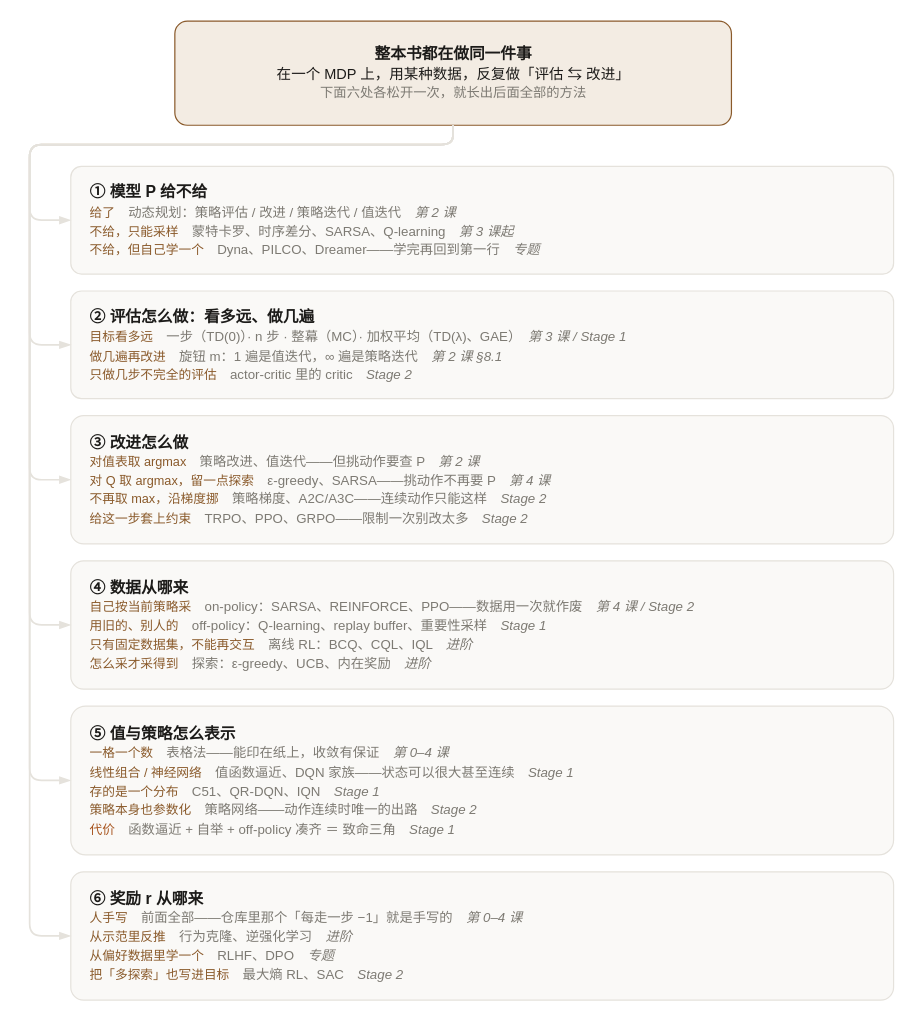
Before: docs/assets/gpi-skeleton.drawio in alfredzhang98/awesome_rl_handbook, a draw.io diagram. Source tidied: cells renumbered, new cells numbered last; positions are measured from the earlier drawing's top-left corner, leaving out a move shared by most shapes. Both pictures are drawn from the tidied source at 121%, with x=0, y=0 at pixel (29, 21).
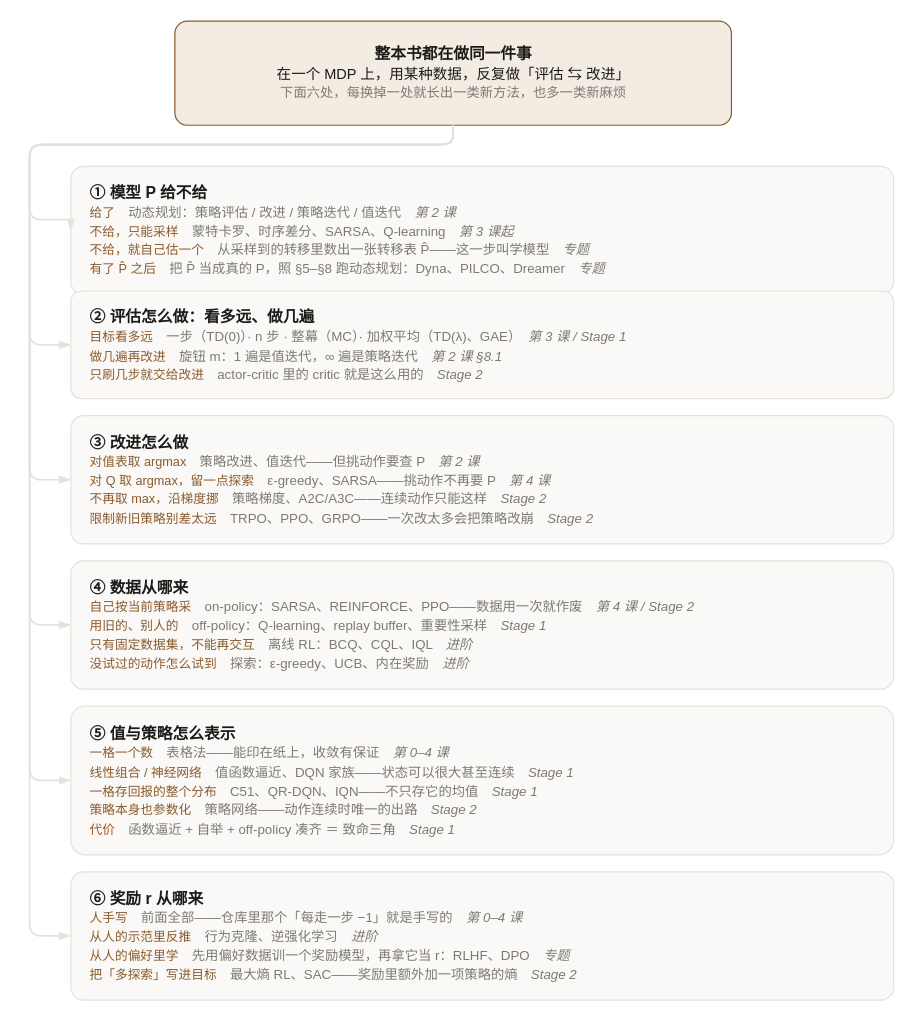
After the change.

Commit message (it also covers changes not shown here):
框架图去掉说不清的表述，专题那一支写完整

What changed in the source:
```diff
@@
-    <mxCell id="2" value="&lt;b&gt;整本书都在做同一件事&lt;/b&gt;&lt;br&gt;&lt;font style=&quot;font-size:12px&quot;&gt;在一个 MDP 上，用某种数据，反复做「评估 &amp;#8646; 改进」&lt;/font&gt;&lt;br&gt;&lt;font color=&quot;#7d7a73&quot; style=&quot;font-size:11px&quot;&gt;下面六处各松开一次，就长出后面全部的方法&lt;/font&gt;" style="rounded=1;arcSize=12;html=1;fillColor=#f3ece3;strokeColor=#8a5a2b;fontColor=#1c1b19;fontSize=13;verticalAlign=middle;" parent="1" vertex="1">
+    <mxCell id="2" value="&lt;b&gt;整本书都在做同一件事&lt;/b&gt;&lt;br&gt;&lt;font style=&quot;font-size:12px&quot;&gt;在一个 MDP 上，用某种数据，反复做「评估 &amp;#8646; 改进」&lt;/font&gt;&lt;br&gt;&lt;font color=&quot;#7d7a73&quot; style=&quot;font-size:11px&quot;&gt;下面六处，每换掉一处就长出一类新方法，也多一类新麻烦&lt;/font&gt;" style="rounded=1;arcSize=12;html=1;fillColor=#f3ece3;strokeColor=#8a5a2b;fontColor=#1c1b19;fontSize=13;verticalAlign=middle;" parent="1" vertex="1">
       <mxGeometry x="120" width="460" height="86" as="geometry" />
     </mxCell>
-    <mxCell id="3" value="&lt;b&gt;① 模型 P 给不给&lt;/b&gt;&lt;br&gt;&lt;font color=&quot;#8a5a2b&quot; style=&quot;font-size:10.5px&quot;&gt;给了&lt;/font&gt;&lt;font color=&quot;#7d7a73&quot; style=&quot;font-size:11px&quot;&gt;　动态规划：策略评估 / 改进 / 策略迭代 / 值迭代　&lt;i&gt;第 2 课&lt;/i&gt;&lt;/font&gt;&lt;br&gt;&lt;font color=&quot;#8a5a2b&quot; style=&quot;font-size:10.5px&quot;&gt;不给，只能采样&lt;/font&gt;&lt;font color=&quot;#7d7a73&quot; style=&quot;font-size:11px&quot;&gt;　蒙特卡罗、时序差分、SARSA、Q-learning　&lt;i&gt;第 3 课起&lt;/i&gt;&lt;/font&gt;&lt;br&gt;&lt;font color=&quot;#8a5a2b&quot; style=&quot;font-size:10.5px&quot;&gt;不给，但自己学一个&lt;/font&gt;&lt;font color=&quot;#7d7a73&quot; style=&quot;font-size:11px&quot;&gt;　Dyna、PILCO、Dreamer——学完再回到第一行　&lt;i&gt;专题&lt;/i&gt;&lt;/font&gt;" style="rounded=1;arcSize=10;html=1;fillColor=#faf9f7;strokeColor=#e5e2dc;fontColor=#1c1b19;fontSize=13;align=left;spacingLeft=14;verticalAlign=middle;" parent="1" vertex="1">
-      <mxGeometry x="34" y="120" width="680" height="89" as="geometry" />
+    <mxCell id="3" value="&lt;b&gt;① 模型 P 给不给&lt;/b&gt;&lt;br&gt;&lt;font color=&quot;#8a5a2b&quot; style=&quot;font-size:10.5px&quot;&gt;给了&lt;/font&gt;&lt;font color=&quot;#7d7a73&quot; style=&quot;font-size:11px&quot;&gt;　动态规划：策略评估 / 改进 / 策略迭代 / 值迭代　&lt;i&gt;第 2 课&lt;/i&gt;&lt;/font&gt;&lt;br&gt;&lt;font color=&quot;#8a5a2b&quot; style=&quot;font-size:10.5px&quot;&gt;不给，只能采样&lt;/font&gt;&lt;font color=&quot;#7d7a73&quot; style=&quot;font-size:11px&quot;&gt;　蒙特卡罗、时序差分、SARSA、Q-learning　&lt;i&gt;第 3 课起&lt;/i&gt;&lt;/font&gt;&lt;br&gt;&lt;font color=&quot;#8a5a2b&quot; style=&quot;font-size:10.5px&quot;&gt;不给，就自己估一个&lt;/font&gt;&lt;font color=&quot;#7d7a73&quot; style=&quot;font-size:11px&quot;&gt;　从采样到的转移里数出一张转移表 P̂——这一步叫学模型　&lt;i&gt;专题&lt;/i&gt;&lt;/font&gt;&lt;br&gt;&lt;font color=&quot;#8a5a2b&quot; style=&quot;font-size:10.5px&quot;&gt;有了 P̂ 之后&lt;/font&gt;&lt;font color=&quot;#7d7a73&quot; style=&quot;font-size:11px&quot;&gt;　把 P̂ 当成真的 P，照 §5–§8 跑动态规划：Dyna、PILCO、Dreamer　&lt;i&gt;专题&lt;/i&gt;&lt;/font&gt;" style="rounded=1;arcSize=10;html=1;fillColor=#faf9f7;strokeColor=#e5e2dc;fontColor=#1c1b19;fontSize=13;align=left;spacingLeft=14;verticalAlign=middle;" parent="1" vertex="1">
+      <mxGeometry x="34" y="120" width="680" height="106" as="geometry" />
     </mxCell>
-    <mxCell id="4" value="&lt;b&gt;② 评估怎么做：看多远、做几遍&lt;/b&gt;&lt;br&gt;&lt;font color=&quot;#8a5a2b&quot; style=&quot;font-size:10.5px&quot;&gt;目标看多远&lt;/font&gt;&lt;font color=&quot;#7d7a73&quot; style=&quot;font-size:11px&quot;&gt;　一步（TD(0)）· n 步 · 整幕（MC）· 加权平均（TD(λ)、GAE）　&lt;i&gt;第 3 课 / Stage 1&lt;/i&gt;&lt;/font&gt;&lt;br&gt;&lt;font color=&quot;#8a5a2b&quot; style=&quot;font-size:10.5px&quot;&gt;做几遍再改进&lt;/font&gt;&lt;font color=&quot;#7d7a73&quot; style=&quot;font-size:11px&quot;&gt;　旋钮 m：1 遍是值迭代，∞ 遍是策略迭代　&lt;i&gt;第 2 课 §8.1&lt;/i&gt;&lt;/font&gt;&lt;br&gt;&lt;font color=&quot;#8a5a2b&quot; style=&quot;font-size:10.5px&quot;&gt;只做几步不完全的评估&lt;/font&gt;&lt;font color=&quot;#7d7a73&quot; style=&quot;font-size:11px&quot;&gt;　actor-critic 里的 critic　&lt;i&gt;Stage 2&lt;/i&gt;&lt;/font&gt;" style="rounded=1;arcSize=10;html=1;fillColor=#faf9f7;strokeColor=#e5e2dc;fontColor=#1c1b19;fontSize=13;align=left;spacingLeft=14;verticalAlign=middle;" parent="1" vertex="1">
+    <mxCell id="4" value="&lt;b&gt;② 评估怎么做：看多远、做几遍&lt;/b&gt;&lt;br&gt;&lt;font color=&quot;#8a5a2b&quot; style=&quot;font-size:10.5px&quot;&gt;目标看多远&lt;/font&gt;&lt;font color=&quot;#7d7a73&quot; style=&quot;font-size:11px&quot;&gt;　一步（TD(0)）· n 步 · 整幕（MC）· 加权平均（TD(λ)、GAE）　&lt;i&gt;第 3 课 / Stage 1&lt;/i&gt;&lt;/font&gt;&lt;br&gt;&lt;font color=&quot;#8a5a2b&quot; style=&quot;font-size:10.5px&quot;&gt;做几遍再改进&lt;/font&gt;&lt;font color=&quot;#7d7a73&quot; style=&quot;font-size:11px&quot;&gt;　旋钮 m：1 遍是值迭代，∞ 遍是策略迭代　&lt;i&gt;第 2 课 §8.1&lt;/i&gt;&lt;/font&gt;&lt;br&gt;&lt;font color=&quot;#8a5a2b&quot; style=&quot;font-size:10.5px&quot;&gt;只刷几步就交给改进&lt;/font&gt;&lt;font color=&quot;#7d7a73&quot; style=&quot;font-size:11px&quot;&gt;　actor-critic 里的 critic 就是这么用的　&lt;i&gt;Stage 2&lt;/i&gt;&lt;/font&gt;" style="rounded=1;arcSize=10;html=1;fillColor=#faf9f7;strokeColor=#e5e2dc;fontColor=#1c1b19;fontSize=13;align=left;spacingLeft=14;verticalAlign=middle;" parent="1" vertex="1">
       <mxGeometry x="34" y="223" width="680" height="89" as="geometry" />
     </mxCell>
-    <mxCell id="5" value="&lt;b&gt;③ 改进怎么做&lt;/b&gt;&lt;br&gt;&lt;font color=&quot;#8a5a2b&quot; style=&quot;font-size:10.5px&quot;&gt;对值表取 argmax&lt;/font&gt;&lt;font color=&quot;#7d7a73&quot; style=&quot;font-size:11px&quot;&gt;　策略改进、值迭代——但挑动作要查 P　&lt;i&gt;第 2 课&lt;/i&gt;&lt;/font&gt;&lt;br&gt;&lt;font color=&quot;#8a5a2b&quot; style=&quot;font-size:10.5px&quot;&gt;对 Q 取 argmax，留一点探索&lt;/font&gt;&lt;font color=&quot;#7d7a73&quot; style=&quot;font-size:11px&quot;&gt;　ε-greedy、SARSA——挑动作不再要 P　&lt;i&gt;第 4 课&lt;/i&gt;&lt;/font&gt;&lt;br&gt;&lt;font color=&quot;#8a5a2b&quot; style=&quot;font-size:10.5px&quot;&gt;不再取 max，沿梯度挪&lt;/font&gt;&lt;font color=&quot;#7d7a73&quot; style=&quot;font-size:11px&quot;&gt;　策略梯度、A2C/A3C——连续动作只能这样　&lt;i&gt;Stage 2&lt;/i&gt;&lt;/font&gt;&lt;br&gt;&lt;font color=&quot;#8a5a2b&quot; style=&quot;font-size:10.5px&quot;&gt;给这一步套上约束&lt;/font&gt;&lt;font color=&quot;#7d7a73&quot; style=&quot;font-size:11px&quot;&gt;　TRPO、PPO、GRPO——限制一次别改太多　&lt;i&gt;Stage 2&lt;/i&gt;&lt;/font&gt;" style="rounded=1;arcSize=10;html=1;fillColor=#faf9f7;strokeColor=#e5e2dc;fontColor=#1c1b19;fontSize=13;align=left;spacingLeft=14;verticalAlign=middle;" parent="1" vertex="1">
+    <mxCell id="5" value="&lt;b&gt;③ 改进怎么做&lt;/b&gt;&lt;br&gt;&lt;font color=&quot;#8a5a2b&quot; style=&quot;font-size:10.5px&quot;&gt;对值表取 argmax&lt;/font&gt;&lt;font color=&quot;#7d7a73&quot; style=&quot;font-size:11px&quot;&gt;　策略改进、值迭代——但挑动作要查 P　&lt;i&gt;第 2 课&lt;/i&gt;&lt;/font&gt;&lt;br&gt;&lt;font color=&quot;#8a5a2b&quot; style=&quot;font-size:10.5px&quot;&gt;对 Q 取 argmax，留一点探索&lt;/font&gt;&lt;font color=&quot;#7d7a73&quot; style=&quot;font-size:11px&quot;&gt;　ε-greedy、SARSA——挑动作不再要 P　&lt;i&gt;第 4 课&lt;/i&gt;&lt;/font&gt;&lt;br&gt;&lt;font color=&quot;#8a5a2b&quot; style=&quot;font-size:10.5px&quot;&gt;不再取 max，沿梯度挪&lt;/font&gt;&lt;font color=&quot;#7d7a73&quot; style=&quot;font-size:11px&quot;&gt;　策略梯度、A2C/A3C——连续动作只能这样　&lt;i&gt;Stage 2&lt;/i&gt;&lt;/font&gt;&lt;br&gt;&lt;font color=&quot;#8a5a2b&quot; style=&quot;font-size:10.5px&quot;&gt;限制新旧策略别差太远&lt;/font&gt;&lt;font color=&quot;#7d7a73&quot; style=&quot;font-size:11px&quot;&gt;　TRPO、PPO、GRPO——一次改太多会把策略改崩　&lt;i&gt;Stage 2&lt;/i&gt;&lt;/font&gt;" style="rounded=1;arcSize=10;html=1;fillColor=#faf9f7;strokeColor=#e5e2dc;fontColor=#1c1b19;fontSize=13;align=left;spacingLeft=14;verticalAlign=middle;" parent="1" vertex="1">
       <mxGeometry x="34" y="326" width="680" height="106" as="geometry" />
     </mxCell>
-    <mxCell id="6" value="&lt;b&gt;④ 数据从哪来&lt;/b&gt;&lt;br&gt;&lt;font color=&quot;#8a5a2b&quot; style=&quot;font-size:10.5px&quot;&gt;自己按当前策略采&lt;/font&gt;&lt;font color=&quot;#7d7a73&quot; style=&quot;font-size:11px&quot;&gt;　on-policy：SARSA、REINFORCE、PPO——数据用一次就作废　&lt;i&gt;第 4 课 / Stage 2&lt;/i&gt;&lt;/font&gt;&lt;br&gt;&lt;font color=&quot;#8a5a2b&quot; style=&quot;font-size:10.5px&quot;&gt;用旧的、别人的&lt;/font&gt;&lt;font color=&quot;#7d7a73&quot; style=&quot;font-size:11px&quot;&gt;　off-policy：Q-learning、replay buffer、重要性采样　&lt;i&gt;Stage 1&lt;/i&gt;&lt;/font&gt;&lt;br&gt;&lt;font color=&quot;#8a5a2b&quot; style=&quot;font-size:10.5px&quot;&gt;只有固定数据集，不能再交互&lt;/font&gt;&lt;font color=&quot;#7d7a73&quot; style=&quot;font-size:11px&quot;&gt;　离线 RL：BCQ、CQL、IQL　&lt;i&gt;进阶&lt;/i&gt;&lt;/font&gt;&lt;br&gt;&lt;font color=&quot;#8a5a2b&quot; style=&quot;font-size:10.5px&quot;&gt;怎么采才采得到&lt;/font&gt;&lt;font color=&quot;#7d7a73&quot; style=&quot;font-size:11px&quot;&gt;　探索：ε-greedy、UCB、内在奖励　&lt;i&gt;进阶&lt;/i&gt;&lt;/font&gt;" style="rounded=1;arcSize=10;html=1;fillColor=#faf9f7;strokeColor=#e5e2dc;fontColor=#1c1b19;fontSize=13;align=left;spacingLeft=14;verticalAlign=middle;" parent="1" vertex="1">
+    <mxCell id="6" value="&lt;b&gt;④ 数据从哪来&lt;/b&gt;&lt;br&gt;&lt;font color=&quot;#8a5a2b&quot; style=&quot;font-size:10.5px&quot;&gt;自己按当前策略采&lt;/font&gt;&lt;font color=&quot;#7d7a73&quot; style=&quot;font-size:11px&quot;&gt;　on-policy：SARSA、REINFORCE、PPO——数据用一次就作废　&lt;i&gt;第 4 课 / Stage 2&lt;/i&gt;&lt;/font&gt;&lt;br&gt;&lt;font color=&quot;#8a5a2b&quot; style=&quot;font-size:10.5px&quot;&gt;用旧的、别人的&lt;/font&gt;&lt;font color=&quot;#7d7a73&quot; style=&quot;font-size:11px&quot;&gt;　off-policy：Q-learning、replay buffer、重要性采样　&lt;i&gt;Stage 1&lt;/i&gt;&lt;/font&gt;&lt;br&gt;&lt;font color=&quot;#8a5a2b&quot; style=&quot;font-size:10.5px&quot;&gt;只有固定数据集，不能再交互&lt;/font&gt;&lt;font color=&quot;#7d7a73&quot; style=&quot;font-size:11px&quot;&gt;　离线 RL：BCQ、CQL、IQL　&lt;i&gt;进阶&lt;/i&gt;&lt;/font&gt;&lt;br&gt;&lt;font color=&quot;#8a5a2b&quot; style=&quot;font-size:10.5px&quot;&gt;没试过的动作怎么试到&lt;/font&gt;&lt;font color=&quot;#7d7a73&quot; style=&quot;font-size:11px&quot;&gt;　探索：ε-greedy、UCB、内在奖励　&lt;i&gt;进阶&lt;/i&gt;&lt;/font&gt;" style="rounded=1;arcSize=10;html=1;fillColor=#faf9f7;strokeColor=#e5e2dc;fontColor=#1c1b19;fontSize=13;align=left;spacingLeft=14;verticalAlign=middle;" parent="1" vertex="1">
       <mxGeometry x="34" y="446" width="680" height="106" as="geometry" />
     </mxCell>
-    <mxCell id="7" value="&lt;b&gt;⑤ 值与策略怎么表示&lt;/b&gt;&lt;br&gt;&lt;font color=&quot;#8a5a2b&quot; style=&quot;font-size:10.5px&quot;&gt;一格一个数&lt;/font&gt;&lt;font color=&quot;#7d7a73&quot; style=&quot;font-size:11px&quot;&gt;　表格法——能印在纸上，收敛有保证　&lt;i&gt;第 0–4 课&lt;/i&gt;&lt;/font&gt;&lt;br&gt;&lt;font color=&quot;#8a5a2b&quot; style=&quot;font-size:10.5px&quot;&gt;线性组合 / 神经网络&lt;/font&gt;&lt;font color=&quot;#7d7a73&quot; style=&quot;font-size:11px&quot;&gt;　值函数逼近、DQN 家族——状态可以很大甚至连续　&lt;i&gt;Stage 1&lt;/i&gt;&lt;/font&gt;&lt;br&gt;&lt;font color=&quot;#8a5a2b&quot; style=&quot;font-size:10.5px&quot;&gt;存的是一个分布&lt;/font&gt;&lt;font color=&quot;#7d7a73&quot; style=&quot;font-size:11px&quot;&gt;　C51、QR-DQN、IQN　&lt;i&gt;Stage 1&lt;/i&gt;&lt;/font&gt;&lt;br&gt;&lt;font color=&quot;#8a5a2b&quot; style=&quot;font-size:10.5px&quot;&gt;策略本身也参数化&lt;/font&gt;&lt;font color=&quot;#7d7a73&quot; style=&quot;font-size:11px&quot;&gt;　策略网络——动作连续时唯一的出路　&lt;i&gt;Stage 2&lt;/i&gt;&lt;/font&gt;&lt;br&gt;&lt;font color=&quot;#a8551f&quot; style=&quot;font-size:10.5px&quot;&gt;代价&lt;/font&gt;&lt;font color=&quot;#7d7a73&quot; style=&quot;font-size:11px&quot;&gt;　函数逼近 + 自举 + off-policy 凑齐 ＝ 致命三角　&lt;i&gt;Stage 1&lt;/i&gt;&lt;/font&gt;" style="rounded=1;arcSize=10;html=1;fillColor=#faf9f7;strokeColor=#e5e2dc;fontColor=#1c1b19;fontSize=13;align=left;spacingLeft=14;verticalAlign=middle;" parent="1" vertex="1">
+    <mxCell id="7" value="&lt;b&gt;⑤ 值与策略怎么表示&lt;/b&gt;&lt;br&gt;&lt;font color=&quot;#8a5a2b&quot; style=&quot;font-size:10.5px&quot;&gt;一格一个数&lt;/font&gt;&lt;font color=&quot;#7d7a73&quot; style=&quot;font-size:11px&quot;&gt;　表格法——能印在纸上，收敛有保证　&lt;i&gt;第 0–4 课&lt;/i&gt;&lt;/font&gt;&lt;br&gt;&lt;font color=&quot;#8a5a2b&quot; style=&quot;font-size:10.5px&quot;&gt;线性组合 / 神经网络&lt;/font&gt;&lt;font color=&quot;#7d7a73&quot; style=&quot;font-size:11px&quot;&gt;　值函数逼近、DQN 家族——状态可以很大甚至连续　&lt;i&gt;Stage 1&lt;/i&gt;&lt;/font&gt;&lt;br&gt;&lt;font color=&quot;#8a5a2b&quot; style=&quot;font-size:10.5px&quot;&gt;一格存回报的整个分布&lt;/font&gt;&lt;font color=&quot;#7d7a73&quot; style=&quot;font-size:11px&quot;&gt;　C51、QR-DQN、IQN——不只存它的均值　&lt;i&gt;Stage 1&lt;/i&gt;&lt;/font&gt;&lt;br&gt;&lt;font color=&quot;#8a5a2b&quot; style=&quot;font-size:10.5px&quot;&gt;策略本身也参数化&lt;/font&gt;&lt;font color=&quot;#7d7a73&quot; style=&quot;font-size:11px&quot;&gt;　策略网络——动作连续时唯一的出路　&lt;i&gt;Stage 2&lt;/i&gt;&lt;/font&gt;&lt;br&gt;&lt;font color=&quot;#a8551f&quot; style=&quot;font-size:10.5px&quot;&gt;代价&lt;/font&gt;&lt;font color=&quot;#7d7a73&quot; style=&quot;font-size:11px&quot;&gt;　函数逼近 + 自举 + off-policy 凑齐 ＝ 致命三角　&lt;i&gt;Stage 1&lt;/i&gt;&lt;/font&gt;" style="rounded=1;arcSize=10;html=1;fillColor=#faf9f7;strokeColor=#e5e2dc;fontColor=#1c1b19;fontSize=13;align=left;spacingLeft=14;verticalAlign=middle;" parent="1" vertex="1">
       <mxGeometry x="34" y="566" width="680" height="123" as="geometry" />
     </mxCell>
-    <mxCell id="8" value="&lt;b&gt;⑥ 奖励 r 从哪来&lt;/b&gt;&lt;br&gt;&lt;font color=&quot;#8a5a2b&quot; style=&quot;font-size:10.5px&quot;&gt;人手写&lt;/font&gt;&lt;font color=&quot;#7d7a73&quot; style=&quot;font-size:11px&quot;&gt;　前面全部——仓库里那个「每走一步 −1」就是手写的　&lt;i&gt;第 0–4 课&lt;/i&gt;&lt;/font&gt;&lt;br&gt;&lt;font color=&quot;#8a5a2b&quot; style=&quot;font-size:10.5px&quot;&gt;从示范里反推&lt;/font&gt;&lt;font color=&quot;#7d7a73&quot; style=&quot;font-size:11px&quot;&gt;　行为克隆、逆强化学习　&lt;i&gt;进阶&lt;/i&gt;&lt;/font&gt;&lt;br&gt;&lt;font color=&quot;#8a5a2b&quot; style=&quot;font-size:10.5px&quot;&gt;从偏好数据里学一个&lt;/font&gt;&lt;font color=&quot;#7d7a73&quot; style=&quot;font-size:11px&quot;&gt;　RLHF、DPO　&lt;i&gt;专题&lt;/i&gt;&lt;/font&gt;&lt;br&gt;&lt;font color=&quot;#8a5a2b&quot; style=&quot;font-size:10.5px&quot;&gt;把「多探索」也写进目标&lt;/font&gt;&lt;font color=&quot;#7d7a73&quot; style=&quot;font-size:11px&quot;&gt;　最大熵 RL、SAC　&lt;i&gt;Stage 2&lt;/i&gt;&lt;/font&gt;" style="rounded=1;arcSize=10;html=1;fillColor=#faf9f7;strokeColor=#e5e2dc;fontColor=#1c1b19;fontSize=13;align=left;spacingLeft=14;verticalAlign=middle;" parent="1" vertex="1">
+    <mxCell id="8" value="&lt;b&gt;⑥ 奖励 r 从哪来&lt;/b&gt;&lt;br&gt;&lt;font color=&quot;#8a5a2b&quot; style=&quot;font-size:10.5px&quot;&gt;人手写&lt;/font&gt;&lt;font color=&quot;#7d7a73&quot; style=&quot;font-size:11px&quot;&gt;　前面全部——仓库里那个「每走一步 −1」就是手写的　&lt;i&gt;第 0–4 课&lt;/i&gt;&lt;/font&gt;&lt;br&gt;&lt;font color=&quot;#8a5a2b&quot; style=&quot;font-size:10.5px&quot;&gt;从人的示范里反推&lt;/font&gt;&lt;font color=&quot;#7d7a73&quot; style=&quot;font-size:11px&quot;&gt;　行为克隆、逆强化学习　&lt;i&gt;进阶&lt;/i&gt;&lt;/font&gt;&lt;br&gt;&lt;font color=&quot;#8a5a2b&quot; style=&quot;font-size:10.5px&quot;&gt;从人的偏好里学&lt;/font&gt;&lt;font color=&quot;#7d7a73&quot; style=&quot;font-size:11px&quot;&gt;　先用偏好数据训一个奖励模型，再拿它当 r：RLHF、DPO　&lt;i&gt;专题&lt;/i&gt;&lt;/font&gt;&lt;br&gt;&lt;font color=&quot;#8a5a2b&quot; style=&quot;font-size:10.5px&quot;&gt;把「多探索」写进目标&lt;/font&gt;&lt;font color=&quot;#7d7a73&quot; style=&quot;font-size:11px&quot;&gt;　最大熵 RL、SAC——奖励里额外加一项策略的熵　&lt;i&gt;Stage 2&lt;/i&gt;&lt;/font&gt;" style="rounded=1;arcSize=10;html=1;fillColor=#faf9f7;strokeColor=#e5e2dc;fontColor=#1c1b19;fontSize=13;align=left;spacingLeft=14;verticalAlign=middle;" parent="1" vertex="1">
       <mxGeometry x="34" y="703" width="680" height="106" as="geometry" />
     </mxCell>
```
